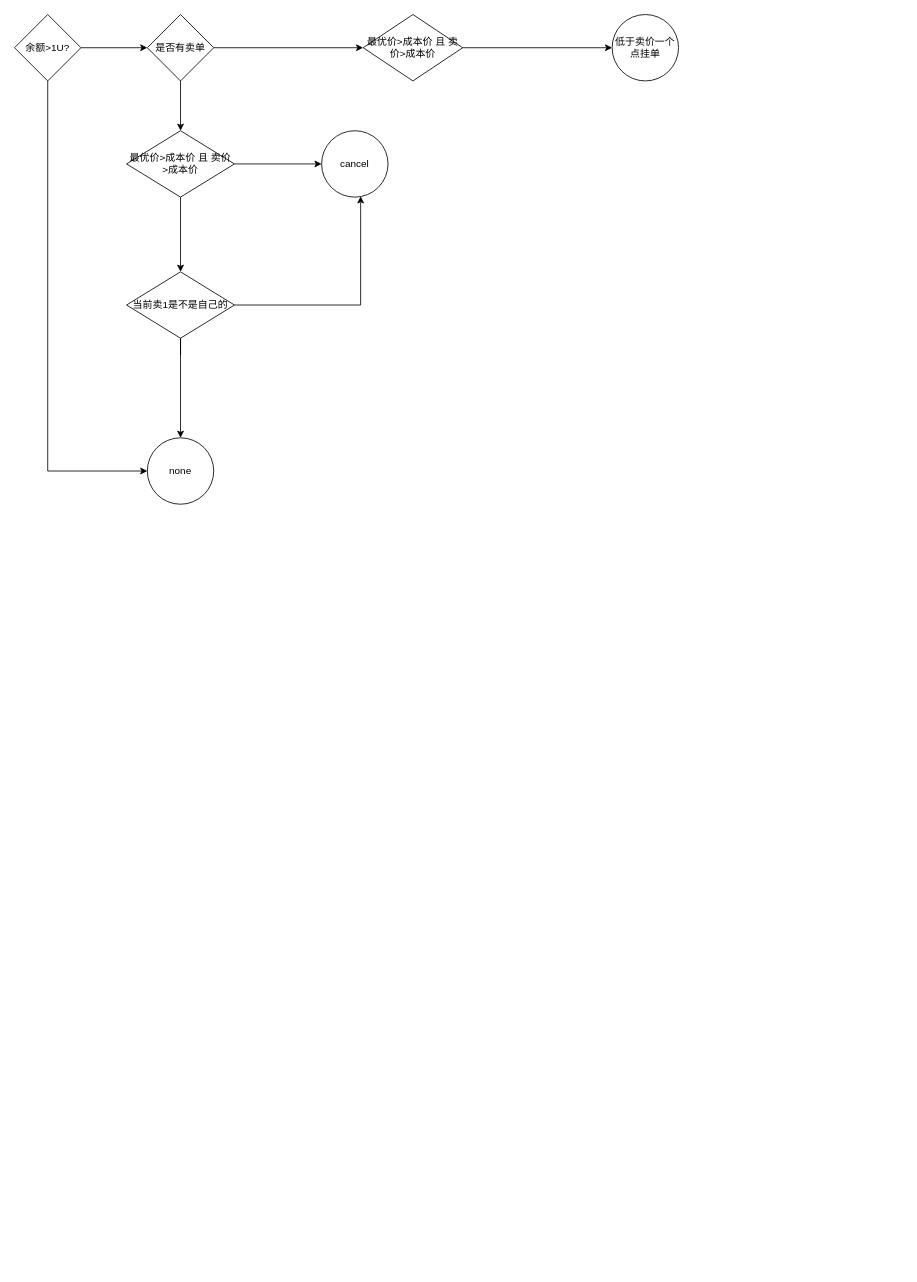
Above: page "混合模式" (5 of 5) of gate.drawio in fzuguo/hello-world (draw.io), before the change. Source tidied: cells renumbered, new cells numbered last; positions are measured from the earlier drawing's top-left corner, leaving out a move shared by most shapes. Both pictures are drawn from the tidied source at 83%, with x=0, y=0 at pixel (14, 14).
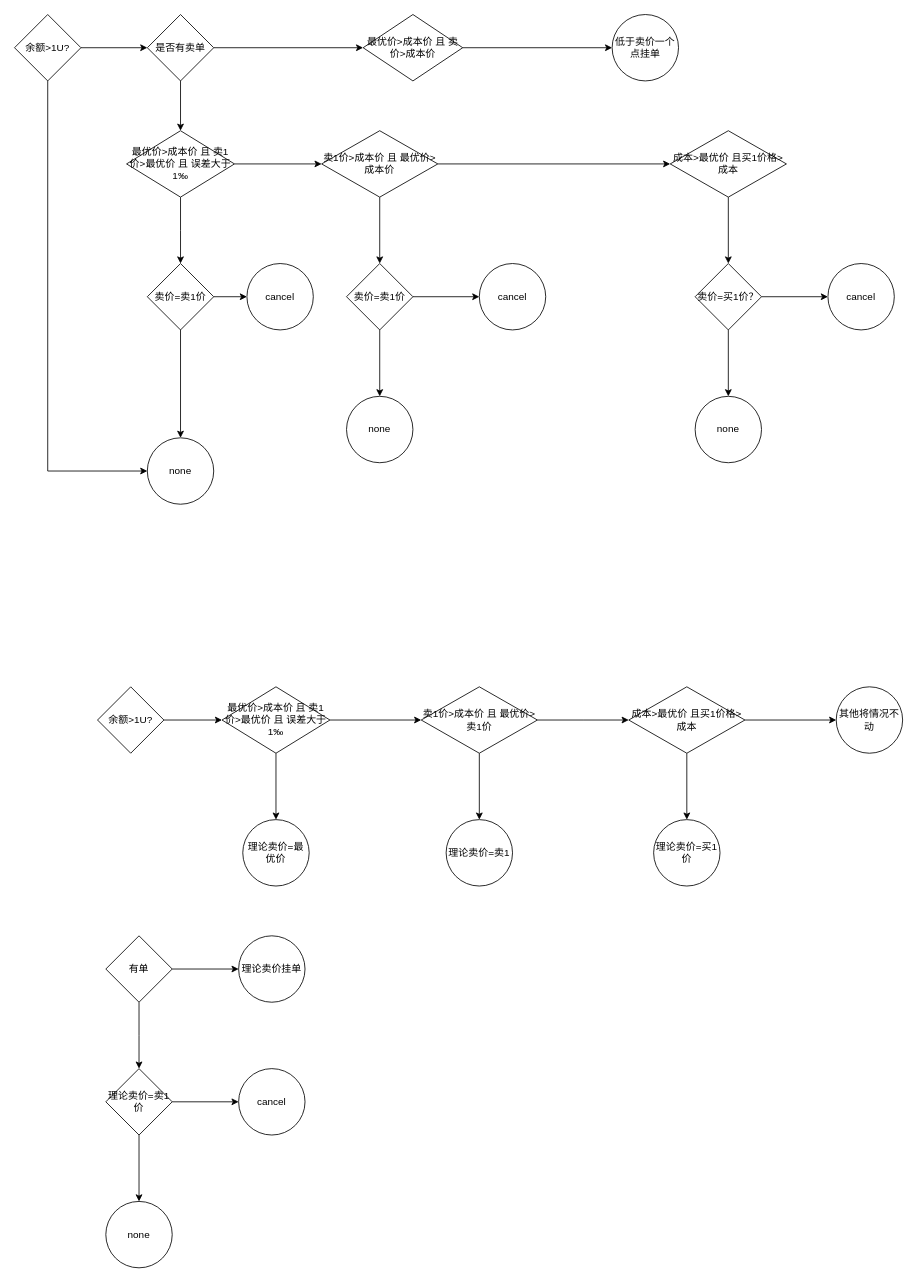
Above is the later version.

The change refers to these unchanged cells:
```xml
<mxCell id="11" value="none" style="ellipse;whiteSpace=wrap;html=1;" parent="1" vertex="1">
  <mxGeometry x="160" y="510" width="80" height="80" as="geometry" />
</mxCell>
```

Diff of the diagram source:
```diff
@@
-    <mxCell id="8" style="edgeStyle=orthogonalEdgeStyle;rounded=0;jettySize=auto;html=1;" parent="1" edge="1" source="10" target="12">
-      <mxGeometry relative="1" as="geometry" />
-    </mxCell>
-    <mxCell id="9" style="edgeStyle=orthogonalEdgeStyle;rounded=0;jettySize=auto;html=1;" parent="1" edge="1" source="10" target="20">
-      <mxGeometry relative="1" as="geometry" />
-    </mxCell>
+    <mxCell id="21" style="edgeStyle=orthogonalEdgeStyle;rounded=0;jettySize=auto;html=1;" parent="1" edge="1" source="10">
+      <mxGeometry relative="1" as="geometry">
+        <mxPoint x="200" y="300" as="targetPoint" />
+      </mxGeometry>
+    </mxCell>
+    <mxCell id="22" style="edgeStyle=orthogonalEdgeStyle;rounded=0;jettySize=auto;html=1;" parent="1" edge="1" source="10" target="25">
+      <mxGeometry relative="1" as="geometry" />
+    </mxCell>
-    <mxCell id="10" value="最优价&amp;gt;成本价 且 卖价&amp;gt;成本价" style="rhombus;whiteSpace=wrap;html=1;" parent="1" vertex="1">
+    <mxCell id="10" value="最优价&amp;gt;成本价 且 卖1价&amp;gt;最优价 且 误差大于 1‰" style="rhombus;whiteSpace=wrap;html=1;" parent="1" vertex="1">
       <mxGeometry x="135" y="140" width="130" height="80" as="geometry" />
     </mxCell>
@@
-    <mxCell id="12" value="cancel" style="ellipse;whiteSpace=wrap;html=1;" parent="1" vertex="1">
-      <mxGeometry x="370" y="140" width="80" height="80" as="geometry" />
-    </mxCell>
@@
-    <mxCell id="16" style="edgeStyle=orthogonalEdgeStyle;rounded=0;jettySize=auto;html=1;" parent="1" edge="1" source="20">
-      <mxGeometry relative="1" as="geometry">
-        <mxPoint x="200" y="375" as="targetPoint" />
-      </mxGeometry>
-    </mxCell>
-    <mxCell id="17" style="edgeStyle=orthogonalEdgeStyle;rounded=0;jettySize=auto;html=1;exitX=1;exitY=0.5;exitDx=0;exitDy=0;entryX=0.588;entryY=0.988;entryDx=0;entryDy=0;entryPerimeter=0;" parent="1" edge="1" source="20" target="12">
-      <mxGeometry relative="1" as="geometry" />
-    </mxCell>
-    <mxCell id="18" style="edgeStyle=orthogonalEdgeStyle;rounded=0;jettySize=auto;html=1;entryX=0.5;entryY=0;entryDx=0;entryDy=0;" parent="1" edge="1" source="20" target="11">
-      <mxGeometry relative="1" as="geometry" />
-    </mxCell>
-    <mxCell id="19" style="edgeStyle=orthogonalEdgeStyle;rounded=0;jettySize=auto;html=1;" parent="1" edge="1" target="20">
-      <mxGeometry relative="1" as="geometry">
-        <mxPoint x="200" y="375" as="sourcePoint" />
-      </mxGeometry>
-    </mxCell>
-    <mxCell id="20" value="当前卖1是不是自己的" style="rhombus;whiteSpace=wrap;html=1;" parent="1" vertex="1">
-      <mxGeometry x="135" y="310" width="130" height="80" as="geometry" />
-    </mxCell>
+    <mxCell id="23" style="edgeStyle=orthogonalEdgeStyle;rounded=0;jettySize=auto;html=1;" parent="1" edge="1" source="25" target="28">
+      <mxGeometry relative="1" as="geometry" />
+    </mxCell>
+    <mxCell id="24" style="edgeStyle=orthogonalEdgeStyle;rounded=0;jettySize=auto;html=1;" parent="1" edge="1" source="25" target="36">
+      <mxGeometry relative="1" as="geometry" />
+    </mxCell>
+    <mxCell id="25" value="卖1价&amp;gt;成本价 且 最优价&amp;gt;成本价" style="rhombus;whiteSpace=wrap;html=1;" parent="1" vertex="1">
+      <mxGeometry x="370" y="140" width="140" height="80" as="geometry" />
+    </mxCell>
+    <mxCell id="26" style="edgeStyle=orthogonalEdgeStyle;rounded=0;jettySize=auto;html=1;" parent="1" edge="1" source="28" target="29">
+      <mxGeometry relative="1" as="geometry" />
+    </mxCell>
+    <mxCell id="27" style="edgeStyle=orthogonalEdgeStyle;rounded=0;jettySize=auto;html=1;" parent="1" edge="1" source="28" target="30">
+      <mxGeometry relative="1" as="geometry" />
+    </mxCell>
+    <mxCell id="28" value="卖价=卖1价" style="rhombus;whiteSpace=wrap;html=1;" parent="1" vertex="1">
+      <mxGeometry x="400" y="300" width="80" height="80" as="geometry" />
+    </mxCell>
+    <mxCell id="29" value="none" style="ellipse;whiteSpace=wrap;html=1;" parent="1" vertex="1">
+      <mxGeometry x="400" y="460" width="80" height="80" as="geometry" />
+    </mxCell>
+    <mxCell id="30" value="cancel" style="ellipse;whiteSpace=wrap;html=1;" parent="1" vertex="1">
+      <mxGeometry x="560" y="300" width="80" height="80" as="geometry" />
+    </mxCell>
+    <mxCell id="31" style="edgeStyle=orthogonalEdgeStyle;rounded=0;jettySize=auto;html=1;exitX=0.5;exitY=1;exitDx=0;exitDy=0;" parent="1" edge="1" source="33" target="11">
+      <mxGeometry relative="1" as="geometry" />
+    </mxCell>
+    <mxCell id="32" style="edgeStyle=orthogonalEdgeStyle;rounded=0;jettySize=auto;html=1;" parent="1" edge="1" source="33" target="34">
+      <mxGeometry relative="1" as="geometry" />
+    </mxCell>
+    <mxCell id="33" value="卖价=卖1价" style="rhombus;whiteSpace=wrap;html=1;" parent="1" vertex="1">
+      <mxGeometry x="160" y="300" width="80" height="80" as="geometry" />
+    </mxCell>
+    <mxCell id="34" value="cancel" style="ellipse;whiteSpace=wrap;html=1;" parent="1" vertex="1">
+      <mxGeometry x="280" y="300" width="80" height="80" as="geometry" />
+    </mxCell>
+    <mxCell id="35" style="edgeStyle=orthogonalEdgeStyle;rounded=0;jettySize=auto;html=1;" parent="1" edge="1" source="36" target="39">
+      <mxGeometry relative="1" as="geometry" />
+    </mxCell>
+    <mxCell id="36" value="成本&amp;gt;最优价 且买1价格&amp;gt;成本" style="rhombus;whiteSpace=wrap;html=1;" parent="1" vertex="1">
+      <mxGeometry x="790" y="140" width="140" height="80" as="geometry" />
+    </mxCell>
+    <mxCell id="37" style="edgeStyle=orthogonalEdgeStyle;rounded=0;jettySize=auto;html=1;" parent="1" edge="1" source="39" target="40">
+      <mxGeometry relative="1" as="geometry" />
+    </mxCell>
+    <mxCell id="38" style="edgeStyle=orthogonalEdgeStyle;rounded=0;jettySize=auto;html=1;" parent="1" edge="1" source="39" target="41">
+      <mxGeometry relative="1" as="geometry" />
+    </mxCell>
+    <mxCell id="39" value="卖价=买1价？" style="rhombus;whiteSpace=wrap;html=1;" parent="1" vertex="1">
+      <mxGeometry x="820" y="300" width="80" height="80" as="geometry" />
+    </mxCell>
+    <mxCell id="40" value="none" style="ellipse;whiteSpace=wrap;html=1;" parent="1" vertex="1">
+      <mxGeometry x="820" y="460" width="80" height="80" as="geometry" />
+    </mxCell>
+    <mxCell id="41" value="cancel" style="ellipse;whiteSpace=wrap;html=1;" parent="1" vertex="1">
+      <mxGeometry x="980" y="300" width="80" height="80" as="geometry" />
+    </mxCell>
+    <mxCell id="42" style="edgeStyle=orthogonalEdgeStyle;rounded=0;jettySize=auto;html=1;exitX=1;exitY=0.5;exitDx=0;exitDy=0;entryX=0;entryY=0.5;entryDx=0;entryDy=0;" parent="1" edge="1" source="43" target="46">
+      <mxGeometry relative="1" as="geometry" />
+    </mxCell>
+    <mxCell id="43" value="余额&amp;gt;1U?" style="rhombus;whiteSpace=wrap;html=1;" parent="1" vertex="1">
+      <mxGeometry x="100" y="810" width="80" height="80" as="geometry" />
+    </mxCell>
+    <mxCell id="44" style="edgeStyle=orthogonalEdgeStyle;rounded=0;jettySize=auto;html=1;" parent="1" edge="1" source="46" target="47">
+      <mxGeometry relative="1" as="geometry" />
+    </mxCell>
+    <mxCell id="45" style="edgeStyle=orthogonalEdgeStyle;rounded=0;jettySize=auto;html=1;exitX=1;exitY=0.5;exitDx=0;exitDy=0;entryX=0;entryY=0.5;entryDx=0;entryDy=0;" parent="1" edge="1" source="46" target="50">
+      <mxGeometry relative="1" as="geometry" />
+    </mxCell>
+    <mxCell id="46" value="最优价&amp;gt;成本价 且 卖1价&amp;gt;最优价 且 误差大于 1‰" style="rhombus;whiteSpace=wrap;html=1;" parent="1" vertex="1">
+      <mxGeometry x="250" y="810" width="130" height="80" as="geometry" />
+    </mxCell>
+    <mxCell id="47" value="理论卖价=最优价" style="ellipse;whiteSpace=wrap;html=1;" parent="1" vertex="1">
+      <mxGeometry x="275" y="970" width="80" height="80" as="geometry" />
+    </mxCell>
+    <mxCell id="48" style="edgeStyle=orthogonalEdgeStyle;rounded=0;jettySize=auto;html=1;" parent="1" edge="1" source="50" target="51">
+      <mxGeometry relative="1" as="geometry" />
+    </mxCell>
+    <mxCell id="49" style="edgeStyle=orthogonalEdgeStyle;rounded=0;jettySize=auto;html=1;" parent="1" edge="1" source="50">
+      <mxGeometry relative="1" as="geometry">
+        <mxPoint x="740" y="850" as="targetPoint" />
+      </mxGeometry>
+    </mxCell>
+    <mxCell id="50" value="卖1价&amp;gt;成本价 且 最优价&amp;gt;卖1价" style="rhombus;whiteSpace=wrap;html=1;" parent="1" vertex="1">
+      <mxGeometry x="490" y="810" width="140" height="80" as="geometry" />
+    </mxCell>
+    <mxCell id="51" value="理论卖价=卖1" style="ellipse;whiteSpace=wrap;html=1;" parent="1" vertex="1">
+      <mxGeometry x="520" y="970" width="80" height="80" as="geometry" />
+    </mxCell>
+    <mxCell id="52" style="edgeStyle=orthogonalEdgeStyle;rounded=0;jettySize=auto;html=1;" parent="1" edge="1" source="54" target="55">
+      <mxGeometry relative="1" as="geometry" />
+    </mxCell>
+    <mxCell id="53" style="edgeStyle=orthogonalEdgeStyle;rounded=0;jettySize=auto;html=1;" parent="1" edge="1" source="54" target="56">
+      <mxGeometry relative="1" as="geometry" />
+    </mxCell>
+    <mxCell id="54" value="成本&amp;gt;最优价 且买1价格&amp;gt;成本" style="rhombus;whiteSpace=wrap;html=1;" parent="1" vertex="1">
+      <mxGeometry x="740" y="810" width="140" height="80" as="geometry" />
+    </mxCell>
+    <mxCell id="55" value="理论卖价=买1价" style="ellipse;whiteSpace=wrap;html=1;" parent="1" vertex="1">
+      <mxGeometry x="770" y="970" width="80" height="80" as="geometry" />
+    </mxCell>
+    <mxCell id="56" value="其他将情况不动" style="ellipse;whiteSpace=wrap;html=1;" parent="1" vertex="1">
+      <mxGeometry x="990" y="810" width="80" height="80" as="geometry" />
+    </mxCell>
+    <mxCell id="57" style="edgeStyle=orthogonalEdgeStyle;rounded=0;jettySize=auto;html=1;" parent="1" edge="1" source="59">
+      <mxGeometry relative="1" as="geometry">
+        <mxPoint x="150" y="1270" as="targetPoint" />
+      </mxGeometry>
+    </mxCell>
+    <mxCell id="58" style="edgeStyle=orthogonalEdgeStyle;rounded=0;jettySize=auto;html=1;" parent="1" edge="1" source="59" target="65">
+      <mxGeometry relative="1" as="geometry" />
+    </mxCell>
+    <mxCell id="59" value="有单" style="rhombus;whiteSpace=wrap;html=1;" parent="1" vertex="1">
+      <mxGeometry x="110" y="1110" width="80" height="80" as="geometry" />
+    </mxCell>
+    <mxCell id="60" style="edgeStyle=orthogonalEdgeStyle;rounded=0;jettySize=auto;html=1;" parent="1" edge="1" source="62" target="63">
+      <mxGeometry relative="1" as="geometry" />
+    </mxCell>
+    <mxCell id="61" style="edgeStyle=orthogonalEdgeStyle;rounded=0;jettySize=auto;html=1;" parent="1" edge="1" source="62" target="64">
+      <mxGeometry relative="1" as="geometry" />
+    </mxCell>
+    <mxCell id="62" value="理论卖价=卖1价" style="rhombus;whiteSpace=wrap;html=1;" parent="1" vertex="1">
+      <mxGeometry x="110" y="1270" width="80" height="80" as="geometry" />
+    </mxCell>
+    <mxCell id="63" value="none" style="ellipse;whiteSpace=wrap;html=1;" parent="1" vertex="1">
+      <mxGeometry x="110" y="1430" width="80" height="80" as="geometry" />
+    </mxCell>
+    <mxCell id="64" value="cancel" style="ellipse;whiteSpace=wrap;html=1;" parent="1" vertex="1">
+      <mxGeometry x="270" y="1270" width="80" height="80" as="geometry" />
+    </mxCell>
+    <mxCell id="65" value="理论卖价挂单" style="ellipse;whiteSpace=wrap;html=1;" parent="1" vertex="1">
+      <mxGeometry x="270" y="1110" width="80" height="80" as="geometry" />
+    </mxCell>
```
